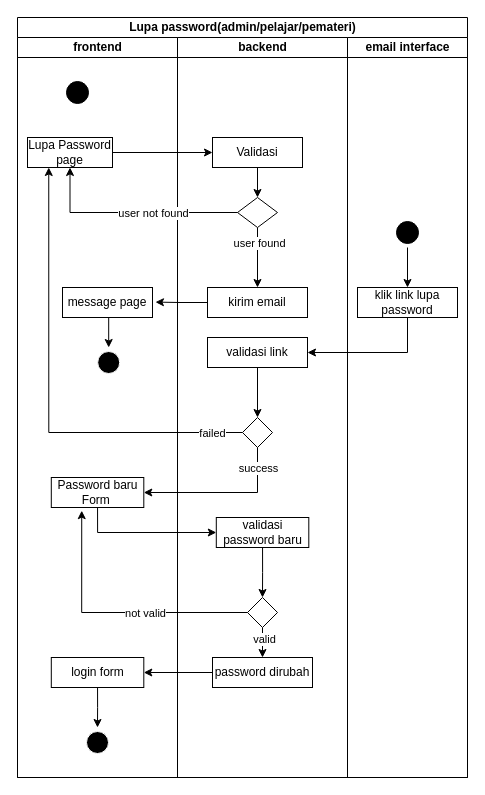
Above: activity/Lupa password.drawio in fuatanshori/flowchart (draw.io), before the change. Source tidied: cells renumbered, new cells numbered last; positions are measured from the earlier drawing's top-left corner, leaving out a move shared by most shapes. Both pictures are drawn from the tidied source at 100%, with x=0, y=0 at pixel (17, 17).
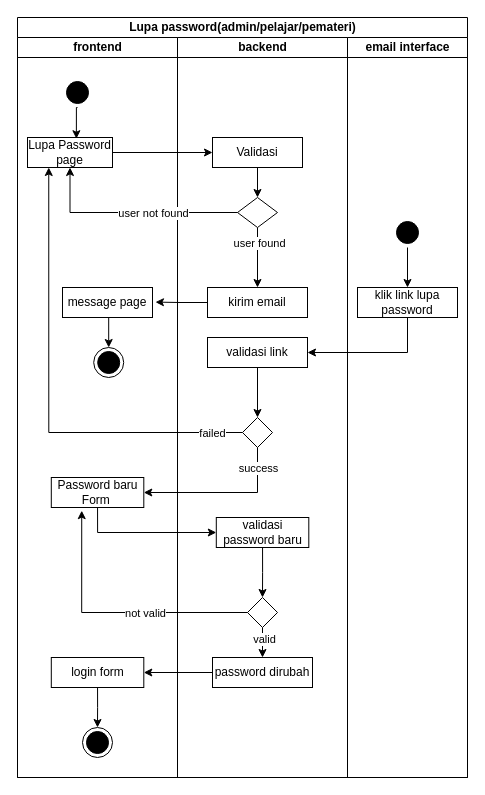
The same page after the edit.

Unchanged cells that the change refers to:
```xml
<mxCell id="3" value="frontend" style="swimlane;startSize=20;html=1;" parent="2" vertex="1">
  <mxGeometry y="20" width="160" height="740" as="geometry" />
</mxCell>
<mxCell id="4" style="ellipse;html=1;shape=startState;strokeColor=#000000;fillColor=#000000;" parent="3" vertex="1">
  <mxGeometry x="45" y="40" width="30" height="30" as="geometry" />
</mxCell>
<mxCell id="6" value="Lupa Password page" style="html=1;whiteSpace=wrap;" parent="3" vertex="1">
  <mxGeometry x="10" y="100" width="85" height="30" as="geometry" />
</mxCell>
```

Change to the diagram source:
```diff
@@
-    <mxCell id="9" style="ellipse;html=1;shape=endState;fillColor=#000000;strokeColor=#FFFFFF;" parent="3" vertex="1">
+    <mxCell id="9" style="ellipse;html=1;shape=endState;fillColor=#000000;strokeColor=#000000;" parent="3" vertex="1">
       <mxGeometry x="65" y="690" width="30" height="30" as="geometry" />
     </mxCell>
@@
-    <mxCell id="13" style="ellipse;html=1;shape=endState;fillColor=#000000;strokeColor=#FFFFFF;" parent="3" vertex="1">
+    <mxCell id="13" style="ellipse;html=1;shape=endState;fillColor=#000000;strokeColor=#000000;" parent="3" vertex="1">
       <mxGeometry x="76.2" y="310" width="30" height="30" as="geometry" />
     </mxCell>
+    <mxCell id="47" style="edgeStyle=orthogonalEdgeStyle;rounded=0;jettySize=auto;html=1;exitX=0.5;exitY=1;exitDx=0;exitDy=0;entryX=0.575;entryY=0.041;entryDx=0;entryDy=0;entryPerimeter=0;" parent="3" edge="1" source="4" target="6">
+      <mxGeometry relative="1" as="geometry" />
+    </mxCell>
```
